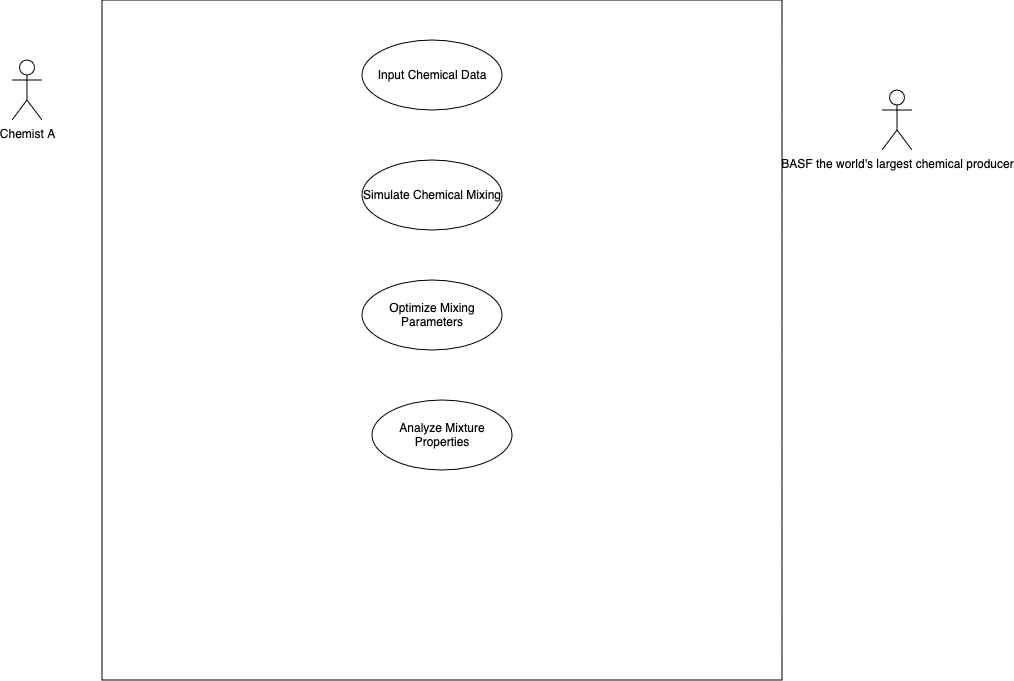
a-l-a-z-a-r/Chemical-Mixing-Data-Synthesis keeps this draw.io diagram as use-case.png. Above is the earlier version. Source tidied: cells renumbered, new cells last; positions are measured from the earlier drawing's top-left corner, leaving out a move shared by most shapes.
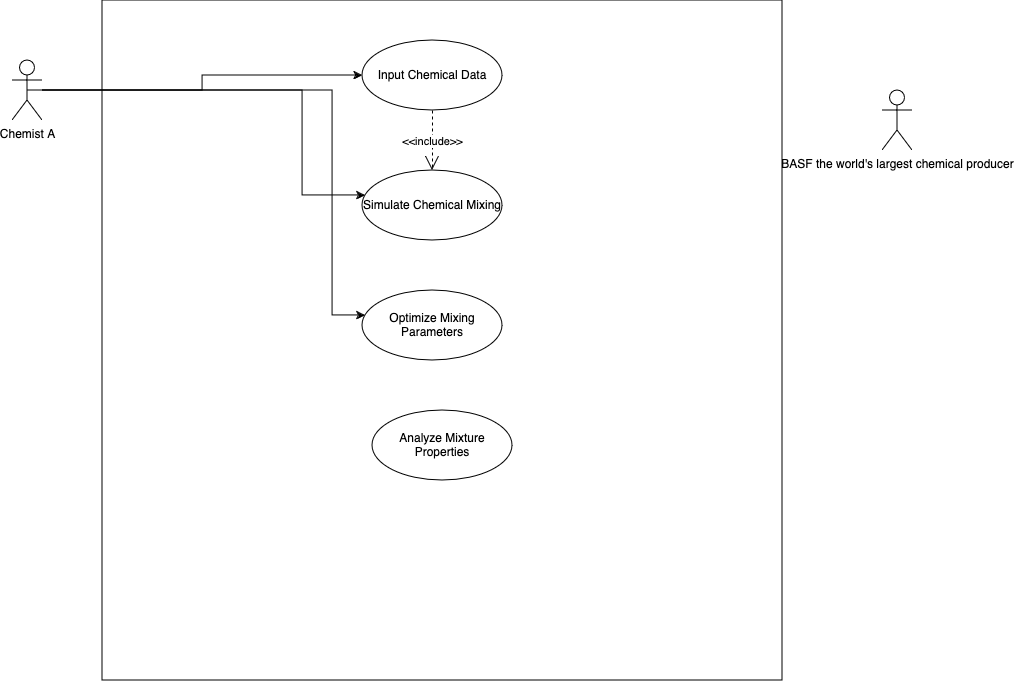
After the change.

Diff of the diagram source:
```diff
@@ -5,6 +5,25 @@
     <mxCell id="2" style="whiteSpace=wrap;html=1;labelBackgroundColor=none;" parent="1" vertex="1">
       <mxGeometry x="90" width="680" height="680" as="geometry" />
     </mxCell>
+    <mxCell id="9" style="edgeStyle=orthogonalEdgeStyle;rounded=0;jettySize=auto;html=1;exitX=0.5;exitY=0.5;exitDx=0;exitDy=0;exitPerimeter=0;" parent="1" edge="1" source="3" target="5">
+      <mxGeometry relative="1" as="geometry" />
+    </mxCell>
+    <mxCell id="10" style="edgeStyle=orthogonalEdgeStyle;rounded=0;jettySize=auto;html=1;" parent="1" edge="1" source="3" target="6">
+      <mxGeometry relative="1" as="geometry">
+        <Array as="points">
+          <mxPoint x="290" y="90" />
+          <mxPoint x="290" y="195" />
+        </Array>
+      </mxGeometry>
+    </mxCell>
+    <mxCell id="11" style="edgeStyle=orthogonalEdgeStyle;rounded=0;jettySize=auto;html=1;" parent="1" edge="1" source="3" target="7">
+      <mxGeometry relative="1" as="geometry">
+        <Array as="points">
+          <mxPoint x="320" y="90" />
+          <mxPoint x="320" y="315" />
+        </Array>
+      </mxGeometry>
+    </mxCell>
     <mxCell id="3" value="Chemist A" style="shape=umlActor;verticalLabelPosition=bottom;verticalAlign=top;html=1;outlineConnect=0;labelBackgroundColor=none;" parent="1" vertex="1">
       <mxGeometry y="60" width="30" height="60" as="geometry" />
     </mxCell>
@@ -15,13 +34,16 @@
       <mxGeometry x="350" y="40" width="140" height="70" as="geometry" />
     </mxCell>
     <mxCell id="6" value="Simulate Chemical Mixing" style="ellipse;whiteSpace=wrap;html=1;labelBackgroundColor=none;" parent="1" vertex="1">
-      <mxGeometry x="350" y="160" width="140" height="70" as="geometry" />
+      <mxGeometry x="350" y="170" width="140" height="70" as="geometry" />
     </mxCell>
     <mxCell id="7" value="&lt;h4&gt;&lt;span style=&quot;font-weight: normal;&quot;&gt;Optimize Mixing Parameters&lt;/span&gt;&lt;/h4&gt;" style="ellipse;whiteSpace=wrap;html=1;" parent="1" vertex="1">
-      <mxGeometry x="350" y="280" width="140" height="70" as="geometry" />
+      <mxGeometry x="350" y="290" width="140" height="70" as="geometry" />
     </mxCell>
     <mxCell id="8" value="Analyze Mixture Properties" style="ellipse;whiteSpace=wrap;html=1;" parent="1" vertex="1">
-      <mxGeometry x="360" y="400" width="140" height="70" as="geometry" />
+      <mxGeometry x="360" y="410" width="140" height="70" as="geometry" />
     </mxCell>
+    <mxCell id="12" value="&amp;lt;&amp;lt;include&amp;gt;&amp;gt;" style="endArrow=open;endSize=12;dashed=1;html=1;rounded=0;entryX=0.5;entryY=0;entryDx=0;entryDy=0;exitX=0.5;exitY=1;exitDx=0;exitDy=0;" parent="1" edge="1" source="5" target="6">
+      <mxGeometry relative="1" as="geometry" />
+    </mxCell>
   </root>
 </mxGraphModel>
```
